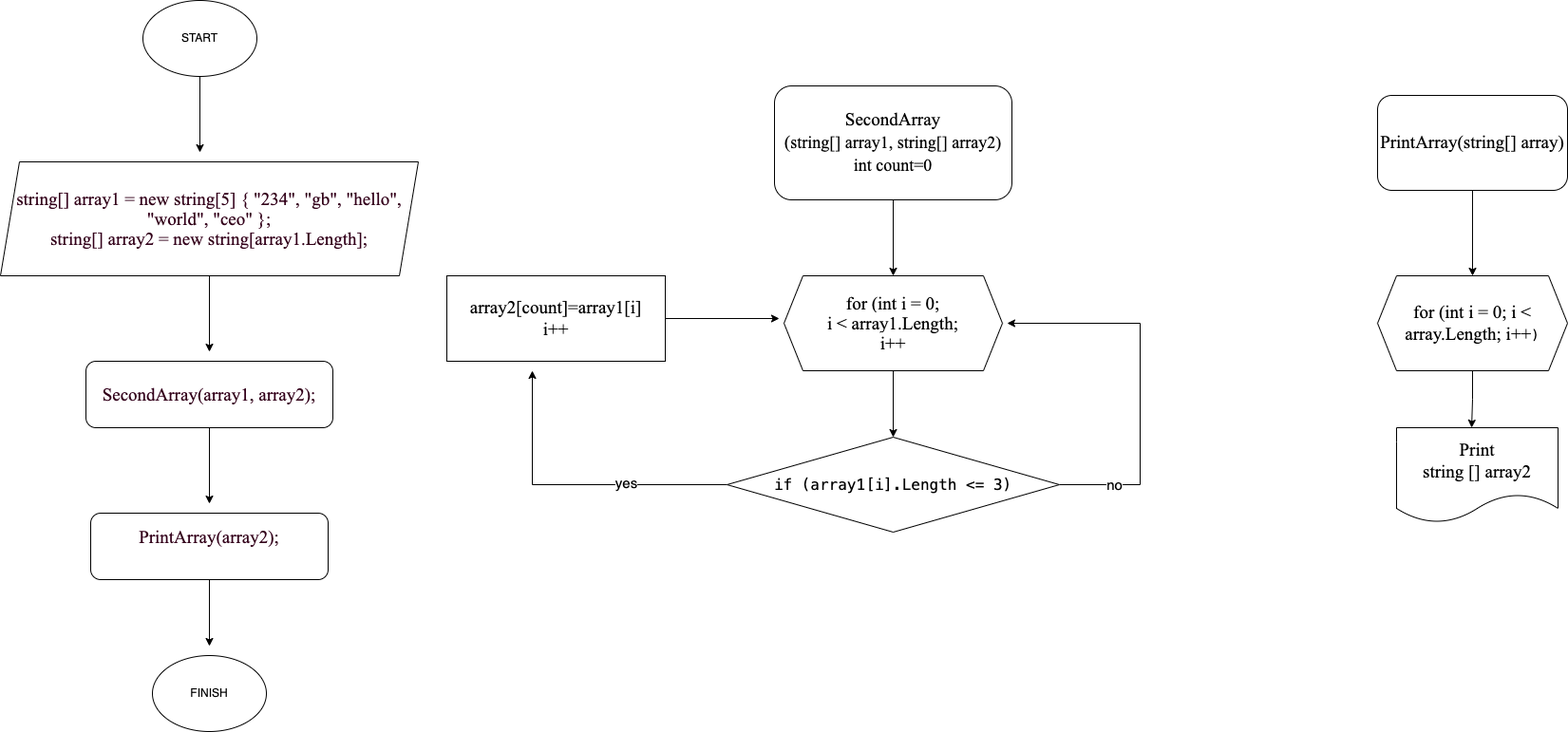
Earlier version of the draw.io export Блок-схема к итоговому дз.drawio.png (dmitriytimoshenko73/Final_homework). Source tidied: cells renumbered, new cells last; positions are measured from the earlier drawing's top-left corner, leaving out a move shared by most shapes.
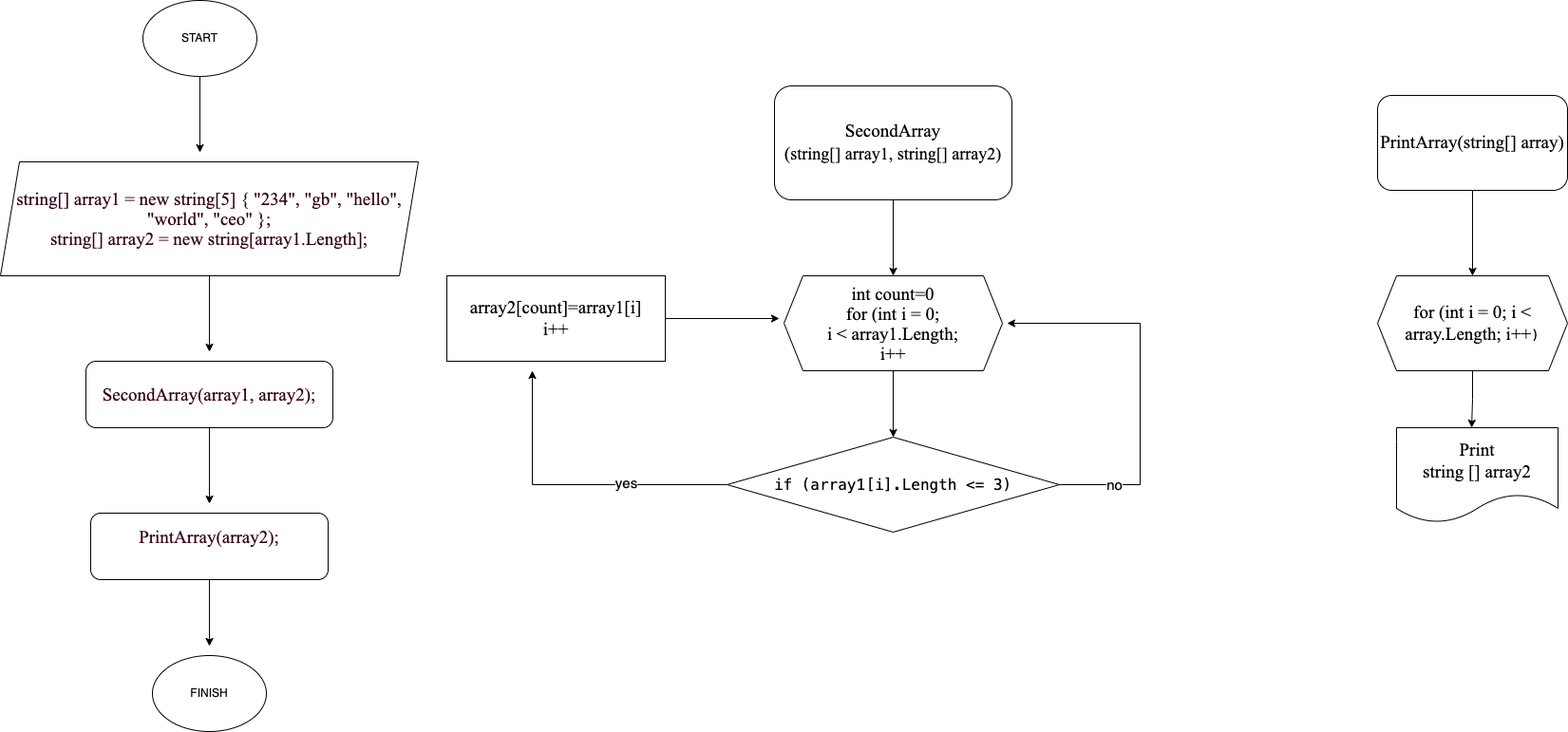
The same file after the commit.

The edit, as a diff of the source:
```diff
@@ -5,13 +5,13 @@
     <mxCell id="2" style="edgeStyle=orthogonalEdgeStyle;rounded=0;jettySize=auto;html=1;entryX=0.5;entryY=0;entryDx=0;entryDy=0;" parent="1" edge="1" source="3" target="5">
       <mxGeometry relative="1" as="geometry" />
     </mxCell>
-    <mxCell id="3" value="&lt;div style=&quot;line-height: 21px;&quot;&gt;&lt;font style=&quot;font-size: 19px; background-color: rgb(255, 255, 255);&quot; face=&quot;Times New Roman&quot;&gt;SecondArray&lt;/font&gt;&lt;/div&gt;&lt;div style=&quot;line-height: 21px;&quot;&gt;&lt;span style=&quot;background-color: rgb(255, 255, 255); font-size: 18px;&quot;&gt;&lt;font style=&quot;font-size: 18px;&quot; face=&quot;Times New Roman&quot;&gt;&lt;font style=&quot;font-size: 19px;&quot;&gt;(&lt;/font&gt;string&lt;span style=&quot;&quot;&gt;[] &lt;/span&gt;&lt;span style=&quot;&quot;&gt;array1&lt;/span&gt;&lt;span style=&quot;&quot;&gt;, &lt;/span&gt;&lt;span style=&quot;&quot;&gt;string&lt;/span&gt;&lt;span style=&quot;&quot;&gt;[] &lt;/span&gt;&lt;span style=&quot;&quot;&gt;array2)&lt;/span&gt;&lt;/font&gt;&lt;/span&gt;&lt;/div&gt;&lt;div style=&quot;line-height: 21px;&quot;&gt;&lt;span style=&quot;background-color: rgb(255, 255, 255); font-size: 18px;&quot;&gt;&lt;font style=&quot;font-size: 18px;&quot; face=&quot;Times New Roman&quot;&gt;&lt;span style=&quot;&quot;&gt;int count=0&lt;/span&gt;&lt;/font&gt;&lt;/span&gt;&lt;/div&gt;" style="rounded=1;whiteSpace=wrap;html=1;" parent="1" vertex="1">
+    <mxCell id="3" value="&lt;div style=&quot;line-height: 21px;&quot;&gt;&lt;font style=&quot;font-size: 19px; background-color: rgb(255, 255, 255);&quot; face=&quot;Times New Roman&quot;&gt;SecondArray&lt;/font&gt;&lt;/div&gt;&lt;div style=&quot;line-height: 21px;&quot;&gt;&lt;span style=&quot;background-color: rgb(255, 255, 255); font-size: 18px;&quot;&gt;&lt;font style=&quot;font-size: 18px;&quot; face=&quot;Times New Roman&quot;&gt;&lt;font style=&quot;font-size: 19px;&quot;&gt;(&lt;/font&gt;string&lt;span style=&quot;&quot;&gt;[] &lt;/span&gt;&lt;span style=&quot;&quot;&gt;array1&lt;/span&gt;&lt;span style=&quot;&quot;&gt;, &lt;/span&gt;&lt;span style=&quot;&quot;&gt;string&lt;/span&gt;&lt;span style=&quot;&quot;&gt;[] &lt;/span&gt;&lt;span style=&quot;&quot;&gt;array2)&lt;/span&gt;&lt;/font&gt;&lt;/span&gt;&lt;/div&gt;" style="rounded=1;whiteSpace=wrap;html=1;" parent="1" vertex="1">
       <mxGeometry x="815" y="90" width="250" height="120" as="geometry" />
     </mxCell>
     <mxCell id="4" style="edgeStyle=orthogonalEdgeStyle;rounded=0;jettySize=auto;html=1;entryX=0.5;entryY=0;entryDx=0;entryDy=0;" parent="1" edge="1" source="5" target="10">
       <mxGeometry relative="1" as="geometry" />
     </mxCell>
-    <mxCell id="5" value="&lt;div style=&quot;line-height: 21px; font-size: 19px;&quot;&gt;&lt;span style=&quot;background-color: rgb(255, 255, 255);&quot;&gt;&lt;font style=&quot;font-size: 19px;&quot; face=&quot;Times New Roman&quot;&gt;for (int i = 0;&lt;/font&gt;&lt;/span&gt;&lt;/div&gt;&lt;div style=&quot;line-height: 21px; font-size: 19px;&quot;&gt;&lt;span style=&quot;background-color: rgb(255, 255, 255);&quot;&gt;&lt;font style=&quot;font-size: 19px;&quot; face=&quot;Times New Roman&quot;&gt;&amp;nbsp;i &amp;lt; array1.Length;&amp;nbsp;&lt;/font&gt;&lt;/span&gt;&lt;/div&gt;&lt;div style=&quot;line-height: 21px; font-size: 19px;&quot;&gt;&lt;span style=&quot;background-color: rgb(255, 255, 255);&quot;&gt;&lt;font style=&quot;font-size: 19px;&quot; face=&quot;Times New Roman&quot;&gt;i++&lt;/font&gt;&lt;/span&gt;&lt;/div&gt;" style="shape=hexagon;perimeter=hexagonPerimeter2;whiteSpace=wrap;html=1;fixedSize=1;" parent="1" vertex="1">
+    <mxCell id="5" value="&lt;div style=&quot;line-height: 21px; font-size: 19px;&quot;&gt;&lt;font face=&quot;Times New Roman&quot;&gt;&lt;span style=&quot;background-color: rgb(255, 255, 255);&quot;&gt;int count=0&lt;/span&gt;&lt;/font&gt;&lt;/div&gt;&lt;div style=&quot;line-height: 21px; font-size: 19px;&quot;&gt;&lt;span style=&quot;background-color: rgb(255, 255, 255);&quot;&gt;&lt;font style=&quot;font-size: 19px;&quot; face=&quot;Times New Roman&quot;&gt;for (int i = 0;&lt;/font&gt;&lt;/span&gt;&lt;/div&gt;&lt;div style=&quot;line-height: 21px; font-size: 19px;&quot;&gt;&lt;span style=&quot;background-color: rgb(255, 255, 255);&quot;&gt;&lt;font style=&quot;font-size: 19px;&quot; face=&quot;Times New Roman&quot;&gt;&amp;nbsp;i &amp;lt; array1.Length;&amp;nbsp;&lt;/font&gt;&lt;/span&gt;&lt;/div&gt;&lt;div style=&quot;line-height: 21px; font-size: 19px;&quot;&gt;&lt;span style=&quot;background-color: rgb(255, 255, 255);&quot;&gt;&lt;font style=&quot;font-size: 19px;&quot; face=&quot;Times New Roman&quot;&gt;i++&lt;/font&gt;&lt;/span&gt;&lt;/div&gt;" style="shape=hexagon;perimeter=hexagonPerimeter2;whiteSpace=wrap;html=1;fixedSize=1;" parent="1" vertex="1">
       <mxGeometry x="825" y="290" width="230" height="100" as="geometry" />
     </mxCell>
     <mxCell id="6" style="edgeStyle=orthogonalEdgeStyle;rounded=0;jettySize=auto;html=1;" parent="1" edge="1" source="10">
```
